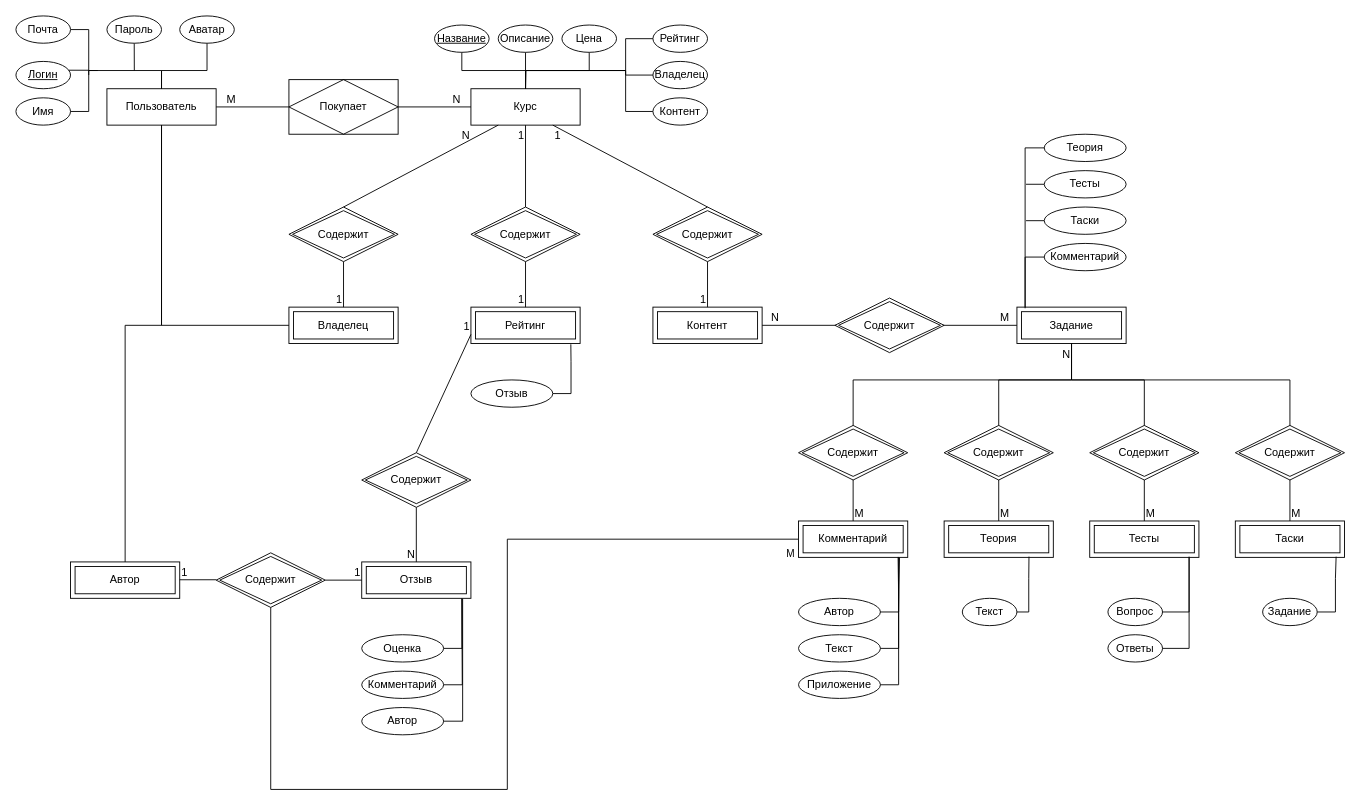
This is page "ER-Concept" (2 of 20) of Диаграммы/ДиграммыТЗ.drawio from bosonhiiggs/Music-Trainee, a draw.io file, before an edit. Source tidied: cells renumbered, new cells numbered last; positions are measured from the earlier drawing's top-left corner, leaving out a move shared by most shapes. Both pictures are drawn from the tidied source at 91%, with x=0, y=0 at pixel (15, 15).
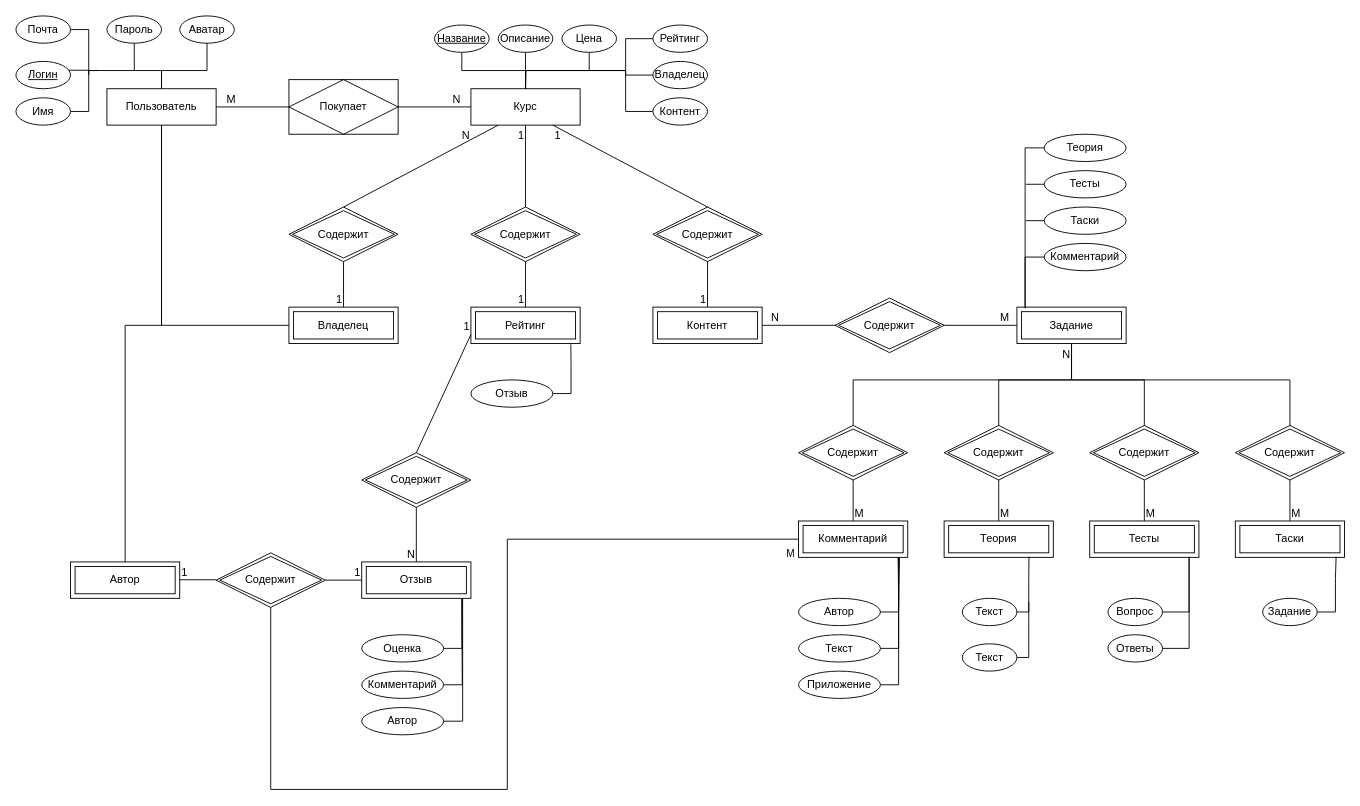
After the change.

The edit, as a diff of the source:
```diff
@@
+    <mxCell id="116" style="edgeStyle=orthogonalEdgeStyle;rounded=0;jettySize=auto;html=1;exitX=1;exitY=0.5;exitDx=0;exitDy=0;entryX=0.777;entryY=0.98;entryDx=0;entryDy=0;endArrow=none;endFill=0;entryPerimeter=0;" parent="1" edge="1" source="117">
+      <mxGeometry relative="1" as="geometry">
+        <mxPoint x="1113" y="644" as="targetPoint" />
+        <Array as="points">
+          <mxPoint x="1113" y="705" />
+          <mxPoint x="1113" y="668" />
+        </Array>
+      </mxGeometry>
+    </mxCell>
+    <mxCell id="117" value="Текст" style="ellipse;whiteSpace=wrap;html=1;align=center;" parent="1" vertex="1">
+      <mxGeometry x="1040" y="690" width="60" height="30" as="geometry" />
+    </mxCell>
```
